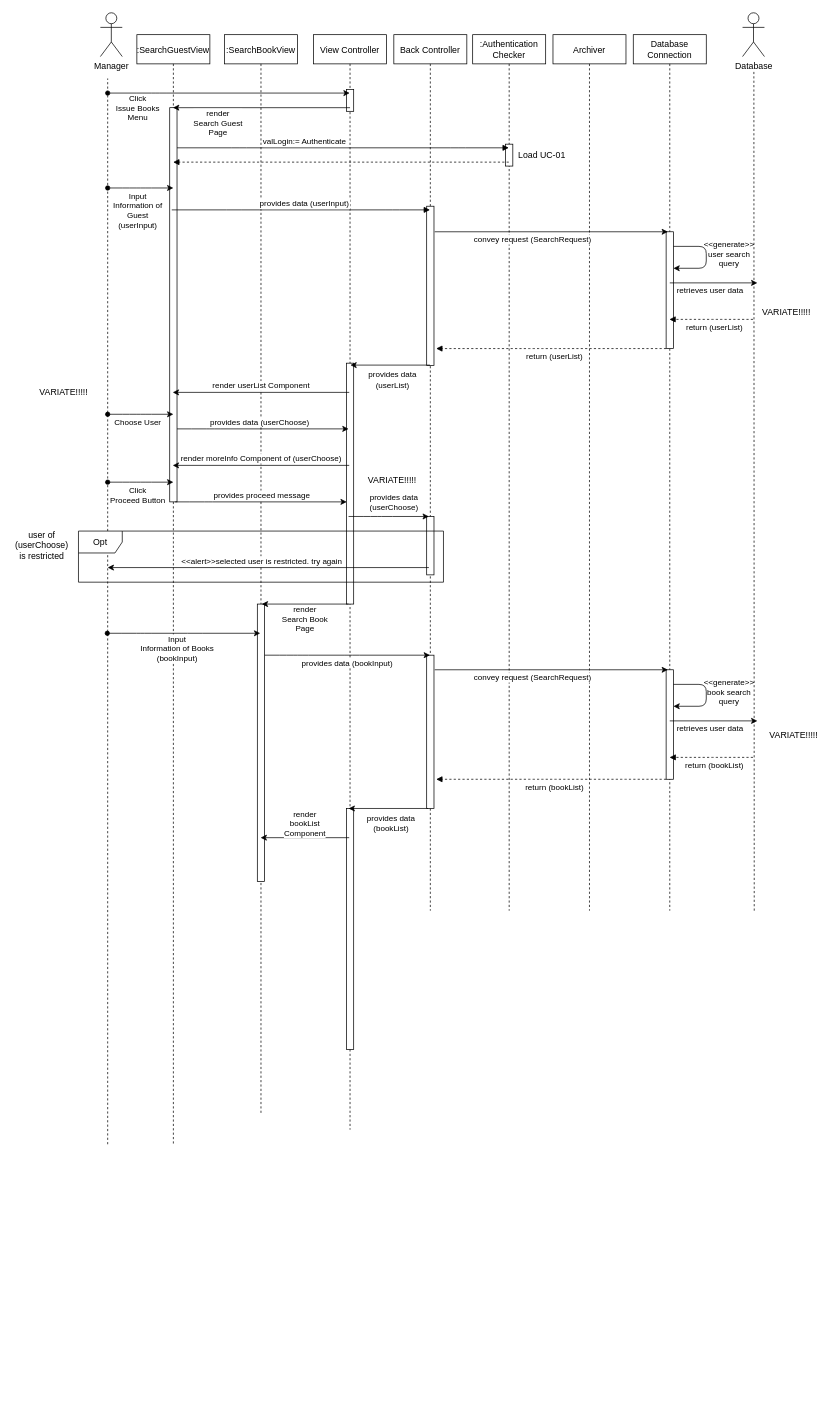
Above: docs/SequenceDiagram/SD-UC-04.drawio in youngkwon02/Enhanced-library-management (draw.io), before the change. Source tidied: cells renumbered, new cells numbered last; positions are measured from the earlier drawing's top-left corner, leaving out a move shared by most shapes. Both pictures are drawn from the tidied source at 73%, with x=0, y=0 at pixel (12, 12).
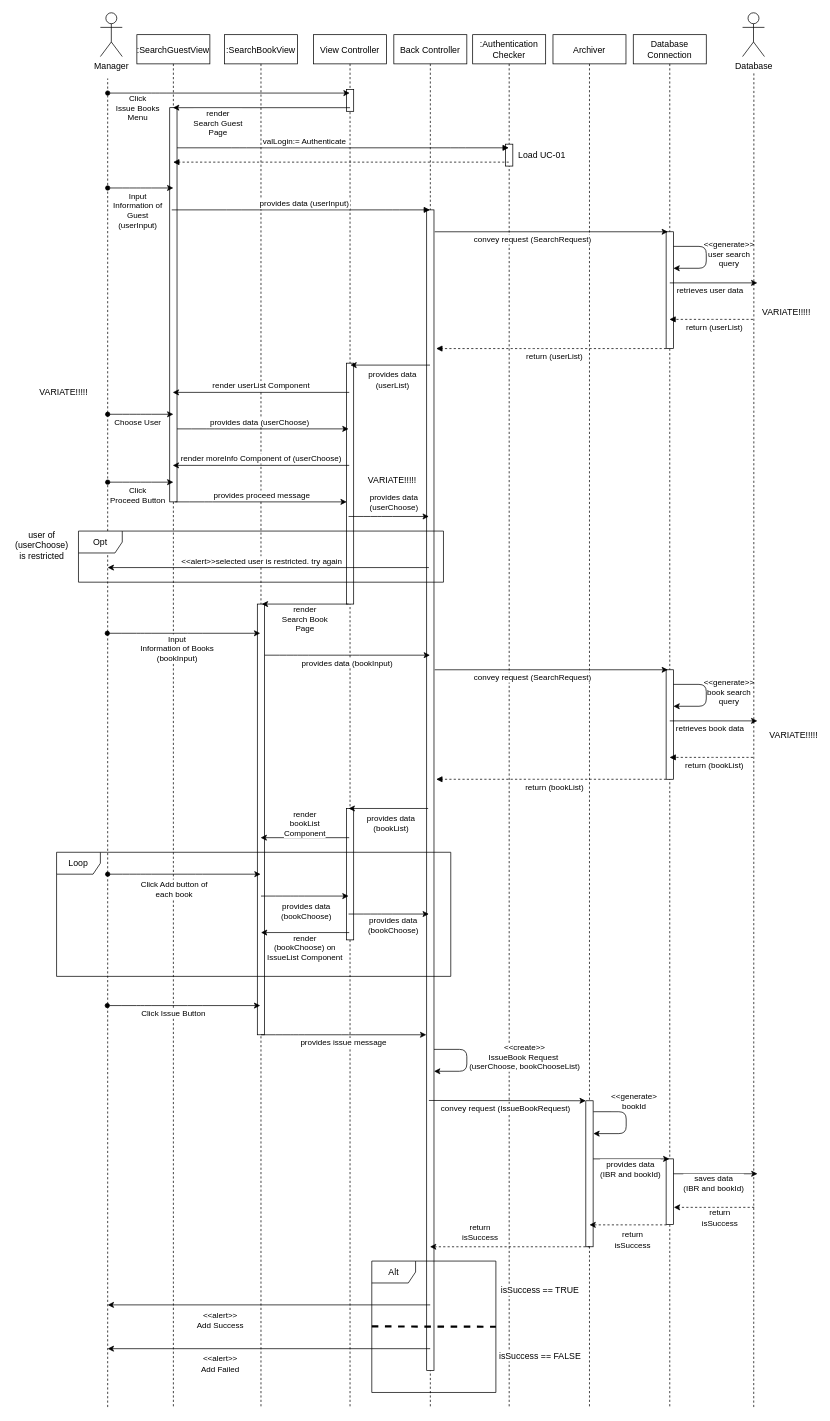
The same page after the edit.

The change refers to these unchanged cells:
```xml
<mxCell id="75" style="endArrow=classic;html=1;" parent="1" edge="1">
  <mxGeometry relative="1" as="geometry">
    <mxPoint x="900" y="970" as="sourcePoint" />
    <mxPoint x="1020" y="970" as="targetPoint" />
  </mxGeometry>
</mxCell>
```

Diff of the diagram source:
```diff
@@
     <mxCell id="2" value=":Authentication&#10;Checker" style="shape=umlLifeline;perimeter=lifelinePerimeter;rounded=0;shadow=0;strokeWidth=1;" parent="1" vertex="1">
-      <mxGeometry x="630" y="30" width="100" height="1200" as="geometry" />
+      <mxGeometry x="630" y="30" width="100" height="1880" as="geometry" />
     </mxCell>
@@
     <mxCell id="4" value=":SearchGuestView" style="shape=umlLifeline;perimeter=lifelinePerimeter;rounded=0;shadow=0;strokeWidth=1;" parent="1" vertex="1">
-      <mxGeometry x="170" y="30" width="100" height="1520" as="geometry" />
+      <mxGeometry x="170" y="30" width="100" height="1880" as="geometry" />
     </mxCell>
@@
     <mxCell id="6" value="View Controller" style="shape=umlLifeline;perimeter=lifelinePerimeter;rounded=0;shadow=0;strokeWidth=1;" parent="1" vertex="1">
-      <mxGeometry x="412" y="30" width="100" height="1500" as="geometry" />
+      <mxGeometry x="412" y="30" width="100" height="1880" as="geometry" />
     </mxCell>
@@
     <mxCell id="9" style="perimeter=orthogonalPerimeter;rounded=0;shadow=0;strokeWidth=1;" parent="6" vertex="1">
-      <mxGeometry x="45" y="1060" width="10" height="330" as="geometry" />
+      <mxGeometry x="45" y="1060" width="10" height="180" as="geometry" />
     </mxCell>
@@
     <mxCell id="12" value="Back Controller" style="shape=umlLifeline;perimeter=lifelinePerimeter;rounded=0;shadow=0;strokeWidth=1;" parent="1" vertex="1">
-      <mxGeometry x="522" y="30" width="100" height="1200" as="geometry" />
+      <mxGeometry x="522" y="30" width="100" height="1880" as="geometry" />
     </mxCell>
-    <mxCell id="13" style="perimeter=orthogonalPerimeter;rounded=0;shadow=0;strokeWidth=1;" parent="12" vertex="1">
-      <mxGeometry x="45" y="235" width="10" height="218" as="geometry" />
-    </mxCell>
-    <mxCell id="14" style="perimeter=orthogonalPerimeter;rounded=0;shadow=0;strokeWidth=1;" parent="12" vertex="1">
-      <mxGeometry x="45" y="660" width="10" height="80" as="geometry" />
-    </mxCell>
     <mxCell id="15" style="perimeter=orthogonalPerimeter;rounded=0;shadow=0;strokeWidth=1;" parent="12" vertex="1">
-      <mxGeometry x="45" y="850" width="10" height="210" as="geometry" />
+      <mxGeometry x="45" y="240" width="10" height="1590" as="geometry" />
     </mxCell>
     <mxCell id="16" value=":SearchBookView" style="shape=umlLifeline;perimeter=lifelinePerimeter;rounded=0;shadow=0;strokeWidth=1;" parent="1" vertex="1">
-      <mxGeometry x="290" y="30" width="100" height="1480" as="geometry" />
+      <mxGeometry x="290" y="30" width="100" height="1880" as="geometry" />
     </mxCell>
@@
     <mxCell id="19" style="perimeter=orthogonalPerimeter;rounded=0;shadow=0;strokeWidth=1;" parent="16" vertex="1">
-      <mxGeometry x="45" y="780" width="10" height="380" as="geometry" />
+      <mxGeometry x="45" y="780" width="10" height="590" as="geometry" />
     </mxCell>
     <mxCell id="20" value="Archiver" style="shape=umlLifeline;perimeter=lifelinePerimeter;rounded=0;shadow=0;strokeWidth=1;" parent="1" vertex="1">
-      <mxGeometry x="740" y="30" width="100" height="1200" as="geometry" />
+      <mxGeometry x="740" y="30" width="100" height="1880" as="geometry" />
     </mxCell>
+    <mxCell id="88" style="points=[];perimeter=orthogonalPerimeter;rounded=0;shadow=0;strokeWidth=1;" parent="20" vertex="1">
+      <mxGeometry x="45" y="1460.4" width="10" height="200" as="geometry" />
+    </mxCell>
+    <mxCell id="89" style="endArrow=classic;html=1;" parent="20" edge="1" target="88">
+      <mxGeometry relative="1" as="geometry">
+        <mxPoint x="-170" y="1460" as="sourcePoint" />
+      </mxGeometry>
+    </mxCell>
+    <mxCell id="90" value="convey request (IssueBookRequest)" style="edgeLabel;html=1;align=center;verticalAlign=middle;" parent="89" vertex="1">
+      <mxGeometry x="0.08" y="1" relative="1" as="geometry">
+        <mxPoint x="-12" y="11" as="offset" />
+      </mxGeometry>
+    </mxCell>
+    <mxCell id="91" style="endArrow=classic;html=1;edgeStyle=orthogonalEdgeStyle;" parent="20" edge="1">
+      <mxGeometry relative="1" as="geometry">
+        <mxPoint x="55.3" y="1475.4" as="sourcePoint" />
+        <mxPoint x="55.3" y="1505.4" as="targetPoint" />
+        <Array as="points">
+          <mxPoint x="100.3" y="1475.4" />
+          <mxPoint x="100.3" y="1505.4" />
+        </Array>
+      </mxGeometry>
+    </mxCell>
+    <mxCell id="92" value="&amp;lt;&amp;lt;generate&amp;gt;&lt;br&gt;bookId" style="edgeLabel;html=1;align=center;verticalAlign=middle;" parent="91" vertex="1">
+      <mxGeometry x="0.89" y="-1" relative="1" as="geometry">
+        <mxPoint x="48" y="-44" as="offset" />
+      </mxGeometry>
+    </mxCell>
+    <mxCell id="93" style="endArrow=classic;html=1;" parent="20" edge="1">
+      <mxGeometry relative="1" as="geometry">
+        <mxPoint x="160.2" y="1560.4" as="sourcePoint" />
+        <mxPoint x="280.2" y="1560.4" as="targetPoint" />
+      </mxGeometry>
+    </mxCell>
+    <mxCell id="94" value="saves data&lt;br&gt;(IBR and bookId)" style="edgeLabel;html=1;align=center;verticalAlign=middle;" parent="93" vertex="1">
+      <mxGeometry x="0.08" y="1" relative="1" as="geometry">
+        <mxPoint x="-6" y="14" as="offset" />
+      </mxGeometry>
+    </mxCell>
+    <mxCell id="95" style="endArrow=classic;html=1;dashed=1;" parent="20" edge="1">
+      <mxGeometry relative="1" as="geometry">
+        <mxPoint x="275.6" y="1606.4" as="sourcePoint" />
+        <mxPoint x="165.6" y="1606.4" as="targetPoint" />
+        <Array as="points">
+          <mxPoint x="225.6" y="1606.4" />
+        </Array>
+      </mxGeometry>
+    </mxCell>
+    <mxCell id="96" value="return&amp;nbsp;&lt;br&gt;isSuccess&amp;nbsp;" style="edgeLabel;html=1;align=center;verticalAlign=middle;" parent="95" vertex="1">
+      <mxGeometry x="-0.36" y="-3" relative="1" as="geometry">
+        <mxPoint x="-11" y="17" as="offset" />
+      </mxGeometry>
+    </mxCell>
+    <mxCell id="97" style="endArrow=classic;html=1;dashed=1;" parent="20" edge="1">
+      <mxGeometry relative="1" as="geometry">
+        <mxPoint x="155.6" y="1630.4" as="sourcePoint" />
+        <mxPoint x="50" y="1630.4" as="targetPoint" />
+        <Array as="points">
+          <mxPoint x="105.6" y="1630.4" />
+        </Array>
+      </mxGeometry>
+    </mxCell>
+    <mxCell id="98" value="return&lt;br&gt;isSuccess" style="edgeLabel;html=1;align=center;verticalAlign=middle;" parent="97" vertex="1">
+      <mxGeometry x="-0.36" y="-3" relative="1" as="geometry">
+        <mxPoint x="-13" y="23" as="offset" />
+      </mxGeometry>
+    </mxCell>
+    <mxCell id="99" style="endArrow=classic;html=1;dashed=1;" parent="20" edge="1" target="12">
+      <mxGeometry relative="1" as="geometry">
+        <mxPoint x="50.6" y="1660.4" as="sourcePoint" />
+        <Array as="points">
+          <mxPoint x="0.6" y="1660.4" />
+        </Array>
+      </mxGeometry>
+    </mxCell>
+    <mxCell id="100" value="return&lt;br&gt;isSuccess" style="edgeLabel;html=1;align=center;verticalAlign=middle;" parent="99" vertex="1">
+      <mxGeometry x="-0.36" y="-3" relative="1" as="geometry">
+        <mxPoint x="-81" y="-17" as="offset" />
+      </mxGeometry>
+    </mxCell>
     <mxCell id="21" value="Database&#10;Connection" style="shape=umlLifeline;perimeter=lifelinePerimeter;rounded=0;shadow=0;strokeWidth=1;" parent="1" vertex="1">
-      <mxGeometry x="850" y="30" width="100" height="1200" as="geometry" />
+      <mxGeometry x="850" y="30" width="100" height="1880" as="geometry" />
     </mxCell>
+    <mxCell id="101" style="perimeter=orthogonalPerimeter;rounded=0;shadow=0;strokeWidth=1;" parent="21" vertex="1">
+      <mxGeometry x="45" y="1540" width="10" height="90" as="geometry" />
+    </mxCell>
@@
     <mxCell id="28" style="endArrow=none;dashed=1;html=1;" parent="1" edge="1">
       <mxGeometry relative="1" as="geometry">
-        <mxPoint x="130" y="1550" as="sourcePoint" />
+        <mxPoint x="130" y="1910" as="sourcePoint" />
         <mxPoint x="130" y="90" as="targetPoint" />
       </mxGeometry>
     </mxCell>
@@
     <mxCell id="30" style="endArrow=none;dashed=1;html=1;" parent="1" edge="1">
       <mxGeometry relative="1" as="geometry">
-        <mxPoint x="1015.7" y="1230" as="sourcePoint" />
+        <mxPoint x="1015" y="1910" as="sourcePoint" />
         <mxPoint x="1015.2" y="80" as="targetPoint" />
       </mxGeometry>
     </mxCell>
@@
-    <mxCell id="76" value="retrieves user data" style="edgeLabel;html=1;align=center;verticalAlign=middle;" parent="75" vertex="1">
+    <mxCell id="76" value="retrieves book data" style="edgeLabel;html=1;align=center;verticalAlign=middle;" parent="75" vertex="1">
       <mxGeometry x="-0.46" y="-2" relative="1" as="geometry">
         <mxPoint x="22" y="8" as="offset" />
       </mxGeometry>
     </mxCell>
@@
+    <mxCell id="102" style="endArrow=classic;html=1;startArrow=oval;startFill=1;" parent="1" edge="1">
+      <mxGeometry relative="1" as="geometry">
+        <mxPoint x="130" y="1180" as="sourcePoint" />
+        <mxPoint x="339.5" y="1180" as="targetPoint" />
+        <Array as="points">
+          <mxPoint x="160" y="1180" />
+          <mxPoint x="180" y="1180" />
+          <mxPoint x="250" y="1180" />
+        </Array>
+      </mxGeometry>
+    </mxCell>
+    <mxCell id="103" value="Click Add button of&lt;br&gt;each book" style="edgeLabel;html=1;align=center;verticalAlign=middle;" parent="102" vertex="1">
+      <mxGeometry x="-0.17" y="-1" relative="1" as="geometry">
+        <mxPoint x="3" y="19" as="offset" />
+      </mxGeometry>
+    </mxCell>
+    <mxCell id="104" style="endArrow=classic;html=1;startArrow=none;startFill=0;" parent="1" edge="1">
+      <mxGeometry relative="1" as="geometry">
+        <mxPoint x="340" y="1210" as="sourcePoint" />
+        <mxPoint x="460" y="1210" as="targetPoint" />
+        <Array as="points">
+          <mxPoint x="370" y="1210" />
+          <mxPoint x="390" y="1210" />
+          <mxPoint x="460" y="1210" />
+        </Array>
+      </mxGeometry>
+    </mxCell>
+    <mxCell id="105" value="provides data&lt;br&gt;(bookChoose)" style="edgeLabel;html=1;align=center;verticalAlign=middle;" parent="104" vertex="1">
+      <mxGeometry x="0.01" y="-1" relative="1" as="geometry">
+        <mxPoint y="19" as="offset" />
+      </mxGeometry>
+    </mxCell>
+    <mxCell id="106" style="endArrow=classic;html=1;" parent="1" edge="1">
+      <mxGeometry relative="1" as="geometry">
+        <mxPoint x="460.9" y="1260" as="sourcePoint" />
+        <mxPoint x="340" y="1260" as="targetPoint" />
+      </mxGeometry>
+    </mxCell>
+    <mxCell id="107" value="render&lt;br&gt;(bookChoose) on&lt;br&gt;IssueList Component" style="edgeLabel;html=1;align=center;verticalAlign=middle;" parent="106" vertex="1">
+      <mxGeometry x="-0.15" y="2" relative="1" as="geometry">
+        <mxPoint x="-10" y="18" as="offset" />
+      </mxGeometry>
+    </mxCell>
+    <mxCell id="108" value="Loop" style="shape=umlFrame;whiteSpace=wrap;html=1;" parent="1" vertex="1">
+      <mxGeometry x="60" y="1150" width="540" height="170" as="geometry" />
+    </mxCell>
+    <mxCell id="109" style="endArrow=classic;html=1;startArrow=oval;startFill=1;" parent="1" edge="1">
+      <mxGeometry relative="1" as="geometry">
+        <mxPoint x="129.5" y="1360" as="sourcePoint" />
+        <mxPoint x="339" y="1360" as="targetPoint" />
+        <Array as="points">
+          <mxPoint x="159.5" y="1360" />
+          <mxPoint x="179.5" y="1360" />
+          <mxPoint x="249.5" y="1360" />
+        </Array>
+      </mxGeometry>
+    </mxCell>
+    <mxCell id="110" value="Click Issue Button" style="edgeLabel;html=1;align=center;verticalAlign=middle;" parent="109" vertex="1">
+      <mxGeometry x="-0.17" y="-1" relative="1" as="geometry">
+        <mxPoint x="3" y="9" as="offset" />
+      </mxGeometry>
+    </mxCell>
+    <mxCell id="111" style="endArrow=classic;html=1;" parent="1" edge="1" target="21">
+      <mxGeometry relative="1" as="geometry">
+        <mxPoint x="795" y="1570" as="sourcePoint" />
+      </mxGeometry>
+    </mxCell>
+    <mxCell id="112" value="provides data&lt;br&gt;(IBR and bookId)" style="edgeLabel;html=1;align=center;verticalAlign=middle;" parent="111" vertex="1">
+      <mxGeometry x="0.08" y="1" relative="1" as="geometry">
+        <mxPoint x="-6" y="14" as="offset" />
+      </mxGeometry>
+    </mxCell>
+    <mxCell id="113" style="endArrow=classic;html=1;startArrow=none;startFill=0;" parent="1" edge="1">
+      <mxGeometry relative="1" as="geometry">
+        <mxPoint x="340" y="1400" as="sourcePoint" />
+        <mxPoint x="566.5" y="1400" as="targetPoint" />
+        <Array as="points">
+          <mxPoint x="370" y="1400" />
+          <mxPoint x="390" y="1400" />
+          <mxPoint x="460" y="1400" />
+        </Array>
+      </mxGeometry>
+    </mxCell>
+    <mxCell id="114" value="provides issue message" style="edgeLabel;html=1;align=center;verticalAlign=middle;" parent="113" vertex="1">
+      <mxGeometry x="-0.17" y="-1" relative="1" as="geometry">
+        <mxPoint x="18" y="9" as="offset" />
+      </mxGeometry>
+    </mxCell>
+    <mxCell id="115" style="endArrow=classic;html=1;edgeStyle=orthogonalEdgeStyle;" parent="1" edge="1">
+      <mxGeometry relative="1" as="geometry">
+        <mxPoint x="577" y="1420" as="sourcePoint" />
+        <mxPoint x="577" y="1450" as="targetPoint" />
+        <Array as="points">
+          <mxPoint x="622" y="1420" />
+          <mxPoint x="622" y="1450" />
+        </Array>
+      </mxGeometry>
+    </mxCell>
+    <mxCell id="116" value="&amp;lt;&amp;lt;create&amp;gt;&amp;gt;&lt;br&gt;IssueBook Request&amp;nbsp;&lt;br&gt;(userChoose, bookChooseList)" style="edgeLabel;html=1;align=center;verticalAlign=middle;labelBackgroundColor=#ffffff;" parent="115" vertex="1">
+      <mxGeometry x="0.89" y="-1" relative="1" as="geometry">
+        <mxPoint x="116" y="-19" as="offset" />
+      </mxGeometry>
+    </mxCell>
+    <mxCell id="117" style="endArrow=classic;html=1;startArrow=none;startFill=0;" parent="1" edge="1">
+      <mxGeometry relative="1" as="geometry">
+        <mxPoint x="460" y="1234.6" as="sourcePoint" />
+        <mxPoint x="570" y="1234.6" as="targetPoint" />
+        <Array as="points">
+          <mxPoint x="490" y="1234.6" />
+          <mxPoint x="510" y="1234.6" />
+        </Array>
+      </mxGeometry>
+    </mxCell>
+    <mxCell id="118" value="provides data&lt;br&gt;(bookChoose)" style="edgeLabel;html=1;align=center;verticalAlign=middle;" parent="117" vertex="1">
+      <mxGeometry x="-0.17" y="-1" relative="1" as="geometry">
+        <mxPoint x="14" y="14" as="offset" />
+      </mxGeometry>
+    </mxCell>
+    <mxCell id="119" style="endArrow=classic;html=1;strokeWidth=1;" parent="1" edge="1">
+      <mxGeometry relative="1" as="geometry">
+        <mxPoint x="571.8" y="1770" as="sourcePoint" />
+        <mxPoint x="130" y="1770" as="targetPoint" />
+      </mxGeometry>
+    </mxCell>
+    <mxCell id="120" value="&amp;lt;&amp;lt;alert&amp;gt;&amp;gt;&lt;br&gt;Add Success" style="edgeLabel;html=1;align=center;verticalAlign=middle;" parent="119" vertex="1">
+      <mxGeometry x="0.16" y="4" relative="1" as="geometry">
+        <mxPoint x="-32" y="16" as="offset" />
+      </mxGeometry>
+    </mxCell>
+    <mxCell id="121" value="Alt" style="shape=umlFrame;whiteSpace=wrap;html=1;labelBackgroundColor=#ffffff;fillColor=#FFFFFF;gradientColor=none;" parent="1" vertex="1">
+      <mxGeometry x="491.8" y="1710" width="170" height="180" as="geometry" />
+    </mxCell>
+    <mxCell id="122" style="endArrow=classic;html=1;strokeWidth=1;" parent="1" edge="1">
+      <mxGeometry relative="1" as="geometry">
+        <mxPoint x="571.8" y="1830" as="sourcePoint" />
+        <mxPoint x="130" y="1830" as="targetPoint" />
+      </mxGeometry>
+    </mxCell>
+    <mxCell id="123" value="&amp;lt;&amp;lt;alert&amp;gt;&amp;gt;&lt;br&gt;Add Failed" style="edgeLabel;html=1;align=center;verticalAlign=middle;" parent="122" vertex="1">
+      <mxGeometry x="0.16" y="4" relative="1" as="geometry">
+        <mxPoint x="-32" y="16" as="offset" />
+      </mxGeometry>
+    </mxCell>
+    <mxCell id="124" style="endArrow=none;dashed=1;html=1;strokeWidth=3;" parent="1" edge="1">
+      <mxGeometry relative="1" as="geometry">
+        <mxPoint x="491.8" y="1799.5" as="sourcePoint" />
+        <mxPoint x="661.8" y="1800" as="targetPoint" />
+      </mxGeometry>
+    </mxCell>
+    <mxCell id="125" value="isSuccess == TRUE" style="text;html=1;strokeColor=none;fillColor=none;align=center;verticalAlign=middle;rounded=0;labelBackgroundColor=#ffffff;" parent="1" vertex="1">
+      <mxGeometry x="652.2" y="1720" width="140" height="60" as="geometry" />
+    </mxCell>
+    <mxCell id="126" value="isSuccess == FALSE" style="text;html=1;strokeColor=none;fillColor=none;align=center;verticalAlign=middle;rounded=0;labelBackgroundColor=#ffffff;" parent="1" vertex="1">
+      <mxGeometry x="652.2" y="1810" width="140" height="60" as="geometry" />
+    </mxCell>
```
